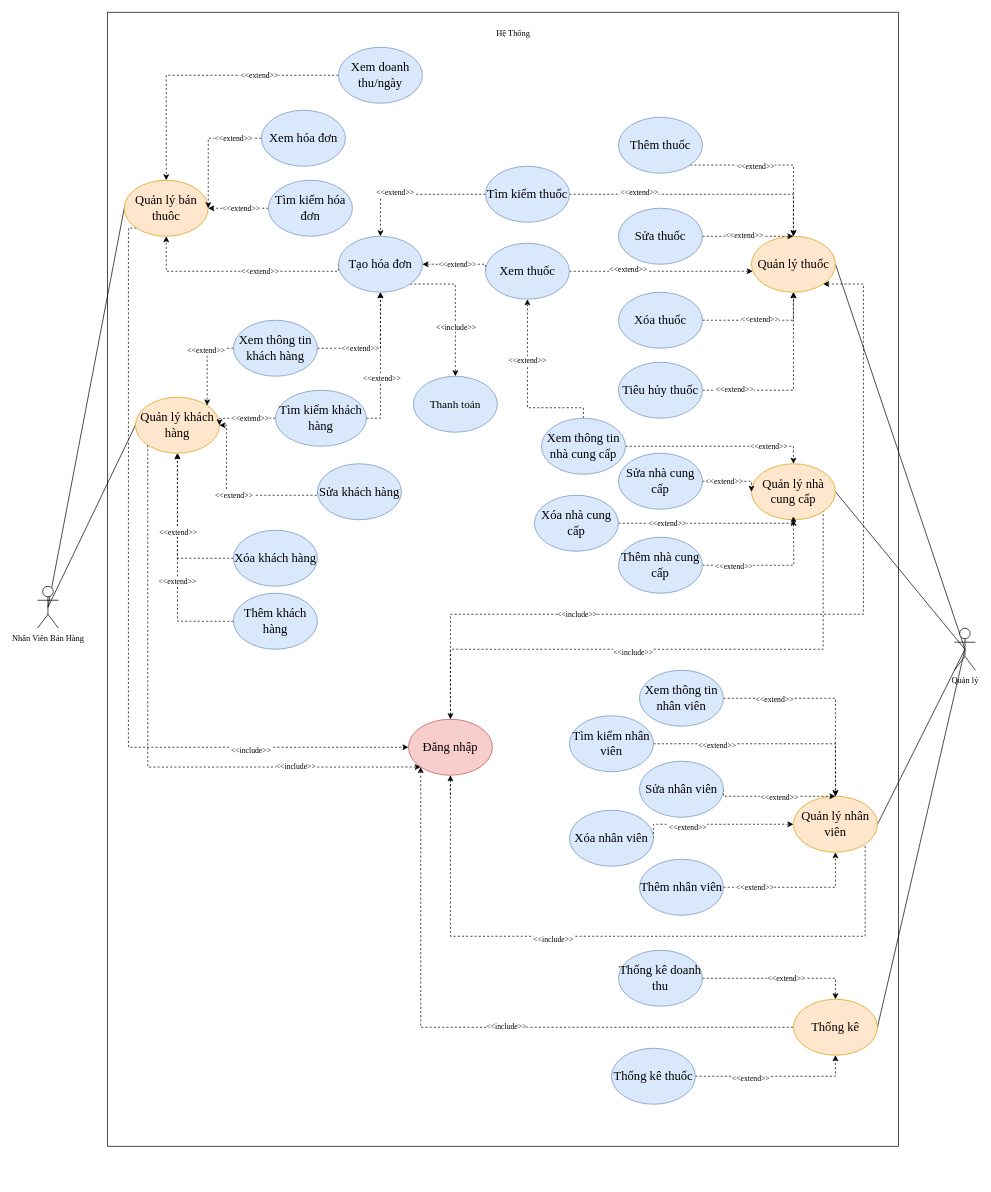
This is Untitled Diagram.drawio from duchoan6814/Truong-Duc-Hoan, a draw.io file, before an edit. Source tidied: cells renumbered, new cells numbered last; positions are measured from the earlier drawing's top-left corner, leaving out a move shared by most shapes. Both pictures are drawn from the tidied source at 70%, with x=0, y=0 at pixel (37, 12).
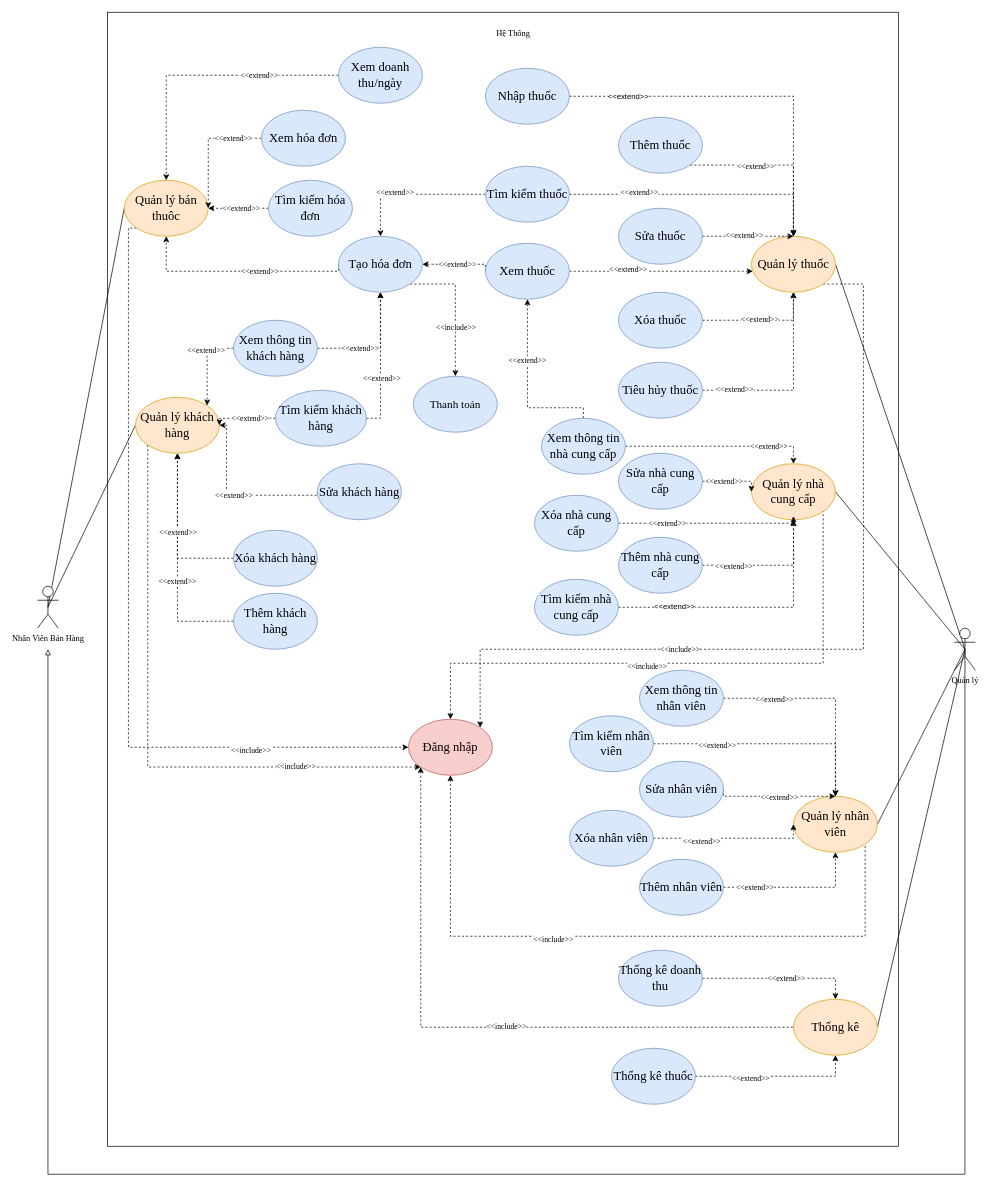
The same diagram, later.

Unchanged cells that the change refers to:
```xml
<mxCell id="16" value="Quản lý" style="shape=umlActor;verticalLabelPosition=bottom;verticalAlign=top;html=1;outlineConnect=0;fontFamily=Times New Roman;" parent="1" vertex="1">
  <mxGeometry x="1310" y="880" width="30" height="60" as="geometry" />
</mxCell>
<mxCell id="18" value="&lt;font style=&quot;font-size: 18px&quot;&gt;Quản lý nhân viên&lt;/font&gt;" style="ellipse;whiteSpace=wrap;html=1;fillColor=#ffe6cc;strokeColor=#d79b00;fontFamily=Times New Roman;" parent="1" vertex="1">
  <mxGeometry x="1080" y="1120" width="120" height="80" as="geometry" />
</mxCell>
<mxCell id="19" value="&lt;font style=&quot;font-size: 18px&quot;&gt;Quản lý nhà cung cấp&lt;/font&gt;" style="ellipse;whiteSpace=wrap;html=1;fillColor=#ffe6cc;strokeColor=#d79b00;fontFamily=Times New Roman;" parent="1" vertex="1">
  <mxGeometry x="1020" y="645" width="120" height="80" as="geometry" />
</mxCell>
<mxCell id="22" value="&lt;font style=&quot;font-size: 18px&quot;&gt;Quản lý thuốc&lt;/font&gt;" style="ellipse;whiteSpace=wrap;html=1;fillColor=#ffe6cc;strokeColor=#d79b00;fontFamily=Times New Roman;" parent="1" vertex="1">
  <mxGeometry x="1020" y="320" width="120" height="80" as="geometry" />
</mxCell>
<mxCell id="95" value="&lt;font style=&quot;font-size: 18px&quot;&gt;Xóa nhân viên&lt;/font&gt;" style="ellipse;whiteSpace=wrap;html=1;fillColor=#dae8fc;strokeColor=#6c8ebf;fontFamily=Times New Roman;" parent="1" vertex="1">
  <mxGeometry x="760" y="1140" width="120" height="80" as="geometry" />
</mxCell>
<mxCell id="114" value="&lt;font style=&quot;font-size: 18px&quot;&gt;Đăng nhập&lt;/font&gt;" style="ellipse;whiteSpace=wrap;html=1;fillColor=#f8cecc;strokeColor=#b85450;fontFamily=Times New Roman;" parent="1" vertex="1">
  <mxGeometry x="530" y="1010" width="120" height="80" as="geometry" />
</mxCell>
```

The edit, as a diff of the source:
```diff
@@
+    <mxCell id="122" style="edgeStyle=orthogonalEdgeStyle;rounded=0;jettySize=auto;html=1;exitX=0.5;exitY=0.5;exitDx=0;exitDy=0;exitPerimeter=0;endArrow=block;endFill=0;" parent="1" edge="1" source="16">
+      <mxGeometry relative="1" as="geometry">
+        <mxPoint x="15" y="910" as="targetPoint" />
+        <Array as="points">
+          <mxPoint x="1325" y="1660" />
+          <mxPoint x="15" y="1660" />
+        </Array>
+      </mxGeometry>
+    </mxCell>
@@
-    <mxCell id="20" style="edgeStyle=orthogonalEdgeStyle;rounded=0;jettySize=auto;html=1;exitX=1;exitY=1;exitDx=0;exitDy=0;dashed=1;startArrow=classic;startFill=1;endArrow=none;endFill=0;fontFamily=Times New Roman;" parent="1" edge="1" source="22">
+    <mxCell id="20" style="edgeStyle=orthogonalEdgeStyle;rounded=0;jettySize=auto;html=1;exitX=1;exitY=1;exitDx=0;exitDy=0;dashed=1;startArrow=none;startFill=0;endArrow=classic;endFill=1;fontFamily=Times New Roman;entryX=1;entryY=0;entryDx=0;entryDy=0;" parent="1" edge="1" source="22" target="114">
       <mxGeometry relative="1" as="geometry">
-        <mxPoint x="590" y="1121.7" as="targetPoint" />
         <Array as="points">
           <mxPoint x="1180" y="388" />
-          <mxPoint x="1180" y="860" />
-          <mxPoint x="590" y="860" />
+          <mxPoint x="1180" y="910" />
+          <mxPoint x="632" y="910" />
         </Array>
       </mxGeometry>
     </mxCell>
@@
     <mxCell id="93" style="edgeStyle=orthogonalEdgeStyle;rounded=0;jettySize=auto;html=1;exitX=1;exitY=0.5;exitDx=0;exitDy=0;entryX=0;entryY=0.5;entryDx=0;entryDy=0;dashed=1;endArrow=classic;endFill=1;fontFamily=Times New Roman;" parent="1" edge="1" source="95" target="18">
       <mxGeometry relative="1" as="geometry">
         <Array as="points">
-          <mxPoint x="880" y="1160" />
+          <mxPoint x="1080" y="1180" />
         </Array>
       </mxGeometry>
     </mxCell>
@@
     <mxCell id="108" style="edgeStyle=orthogonalEdgeStyle;rounded=0;jettySize=auto;html=1;exitX=0.5;exitY=0;exitDx=0;exitDy=0;entryX=1;entryY=1;entryDx=0;entryDy=0;endArrow=none;endFill=0;dashed=1;startArrow=classic;startFill=1;fontFamily=Times New Roman;" parent="1" edge="1" source="114" target="19">
       <mxGeometry relative="1" as="geometry">
         <Array as="points">
-          <mxPoint x="590" y="910" />
-          <mxPoint x="1122" y="910" />
+          <mxPoint x="590" y="930" />
+          <mxPoint x="1122" y="930" />
         </Array>
       </mxGeometry>
     </mxCell>
@@
+    <mxCell id="123" style="edgeStyle=orthogonalEdgeStyle;rounded=0;jettySize=auto;html=1;exitX=1;exitY=0.5;exitDx=0;exitDy=0;endArrow=block;endFill=0;dashed=1;" parent="1" edge="1" source="125" target="19">
+      <mxGeometry relative="1" as="geometry" />
+    </mxCell>
+    <mxCell id="124" value="&amp;lt;&amp;lt;extend&amp;gt;&amp;gt;" style="edgeLabel;html=1;align=center;verticalAlign=middle;" parent="123" vertex="1">
+      <mxGeometry x="-0.58" y="2" relative="1" as="geometry" />
+    </mxCell>
+    <mxCell id="125" value="&lt;font face=&quot;Times New Roman&quot; style=&quot;font-size: 18px&quot;&gt;Tìm kiếm nhà cung cấp&lt;/font&gt;" style="ellipse;whiteSpace=wrap;html=1;fillColor=#dae8fc;strokeColor=#6c8ebf;" parent="1" vertex="1">
+      <mxGeometry x="710" y="810" width="120" height="80" as="geometry" />
+    </mxCell>
+    <mxCell id="126" style="edgeStyle=orthogonalEdgeStyle;rounded=0;jettySize=auto;html=1;exitX=1;exitY=0.5;exitDx=0;exitDy=0;entryX=0.5;entryY=0;entryDx=0;entryDy=0;dashed=1;endArrow=block;endFill=0;" parent="1" edge="1" source="128" target="22">
+      <mxGeometry relative="1" as="geometry" />
+    </mxCell>
+    <mxCell id="127" value="&amp;lt;&amp;lt;extend&amp;gt;&amp;gt;" style="edgeLabel;html=1;align=center;verticalAlign=middle;" parent="126" vertex="1">
+      <mxGeometry x="-0.68" relative="1" as="geometry" />
+    </mxCell>
+    <mxCell id="128" value="&lt;font style=&quot;font-size: 18px&quot; face=&quot;Times New Roman&quot;&gt;Nhập thuốc&lt;/font&gt;" style="ellipse;whiteSpace=wrap;html=1;fillColor=#dae8fc;strokeColor=#6c8ebf;" parent="1" vertex="1">
+      <mxGeometry x="640" y="80" width="120" height="80" as="geometry" />
+    </mxCell>
```
